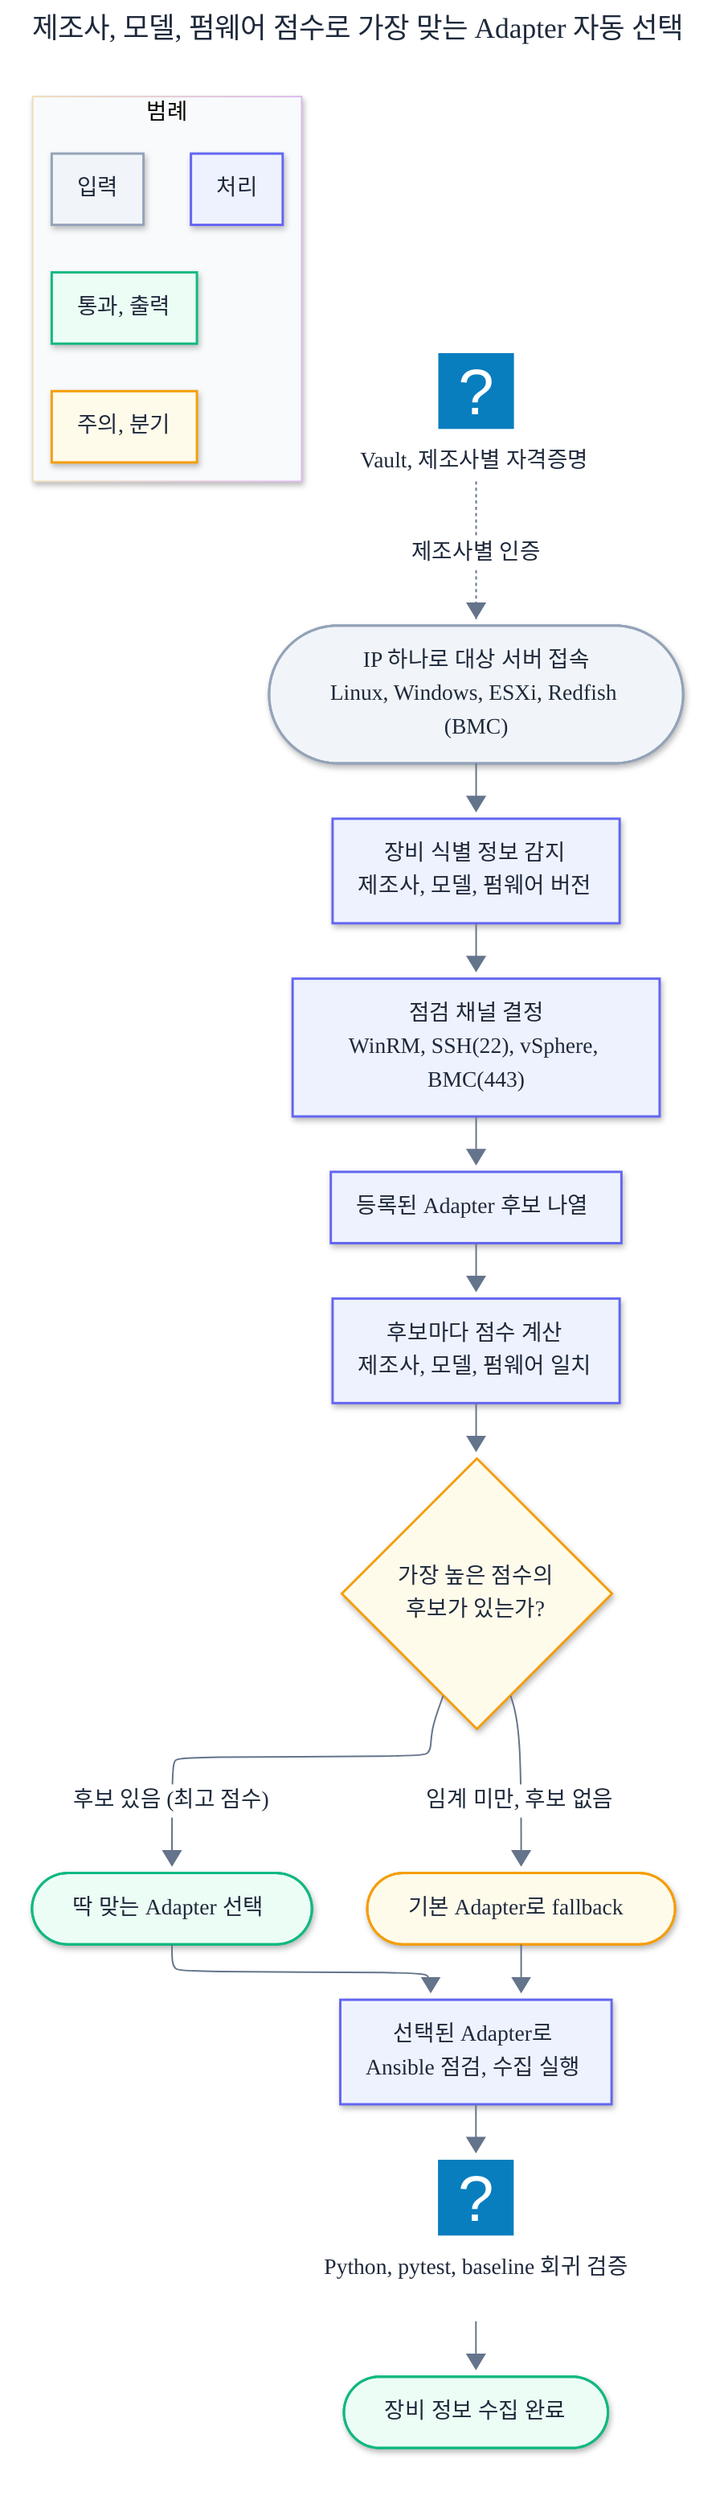
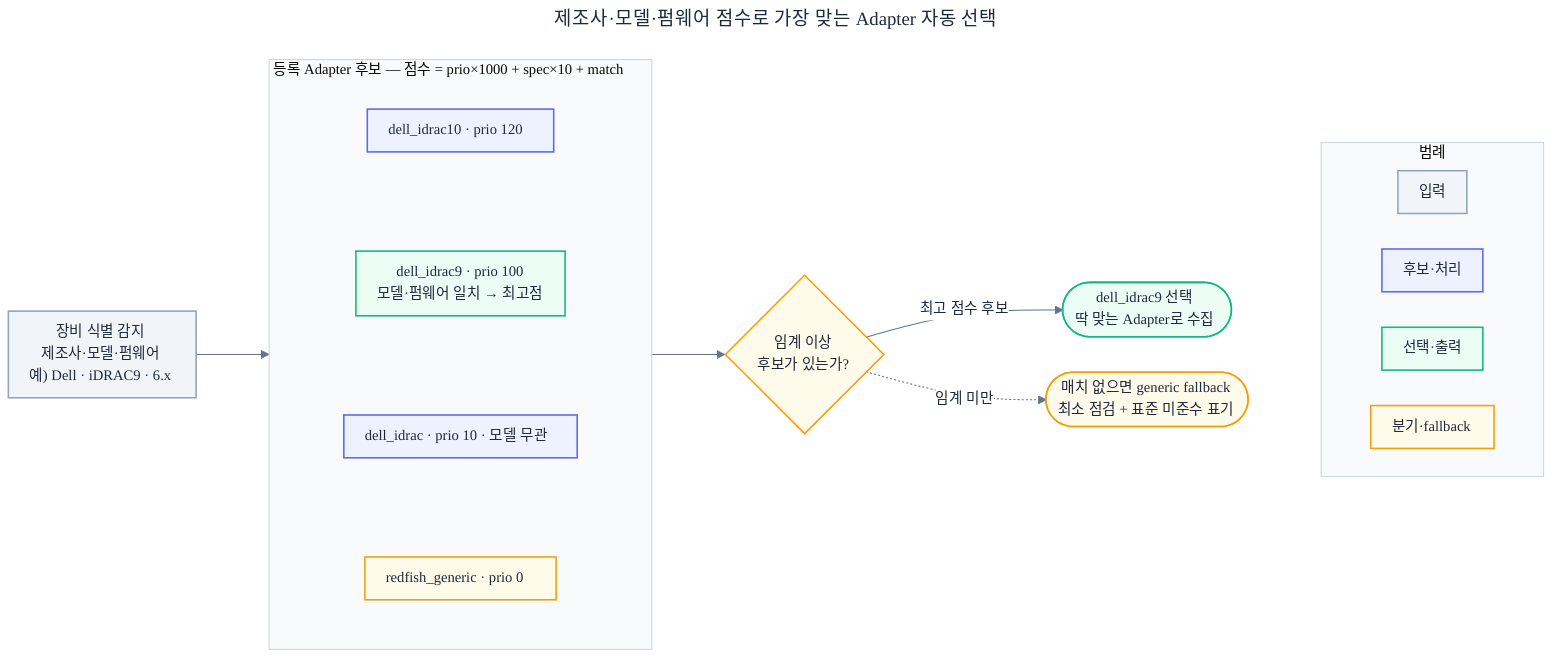
---
- title: 제조사, 모델, 펌웨어 점수로 가장 맞는 Adapter 자동 선택
+ title: 제조사·모델·펌웨어 점수로 가장 맞는 Adapter 자동 선택
config:
-   layout: elk
-   look: neo
  theme: base
  themeVariables:
    fontFamily: 'Pretendard, Malgun Gothic, Noto Sans KR, sans-serif'
    fontSize: '14px'
    primaryTextColor: '#1E293B'
    lineColor: '#64748B'
    edgeLabelBackground: '#FFFFFF'
    clusterBkg: '#F8FAFC'
    clusterBorder: '#CBD5E1'
+   flowchart:
+     nodeSpacing: 34
+     rankSpacing: 70
+     padding: 10
---
- flowchart TD
-     START(["IP 하나로 대상 서버 접속<br/>Linux, Windows, ESXi, Redfish (BMC)"]):::input
+ flowchart LR
+     DETECT["장비 식별 감지<br/>제조사·모델·펌웨어<br/>예) Dell · iDRAC9 · 6.x"]:::input

-     DETECT["장비 식별 정보 감지<br/>제조사, 모델, 펌웨어 버전"]:::proc
-     VAULT@{ icon: "logos:vault-icon", label: "Vault, 제조사별 자격증명" }
-     CHANNEL["점검 채널 결정<br/>WinRM, SSH(22), vSphere, BMC(443)"]:::proc
+     subgraph CAND["등록 Adapter 후보 — 점수 = prio×1000 + spec×10 + match"]
+       direction TB
+       C1["dell_idrac10 · prio 120"]:::proc
+       C2["dell_idrac9 · prio 100<br/>모델·펌웨어 일치 → 최고점"]:::ok
+       C3["dell_idrac · prio 10 · 모델 무관"]:::proc
+       C4["redfish_generic · prio 0"]:::warn
+       C1 ~~~ C2 ~~~ C3 ~~~ C4
+     end

-     CANDIDATES["등록된 Adapter 후보 나열"]:::proc
-     SCORE["후보마다 점수 계산<br/>제조사, 모델, 펌웨어 일치"]:::proc
-     PICK{"가장 높은 점수의<br/>후보가 있는가?"}:::warn
+     PICK{"임계 이상<br/>후보가 있는가?"}:::warn
+     BEST(["dell_idrac9 선택<br/>딱 맞는 Adapter로 수집"]):::ok
+     FB(["매치 없으면 generic fallback<br/>최소 점검 + 표준 미준수 표기"]):::warn

-     BEST(["딱 맞는 Adapter 선택"]):::ok
-     FALLBACK(["기본 Adapter로 fallback"]):::warn
- 
-     RUN["선택된 Adapter로<br/>Ansible 점검, 수집 실행"]:::proc
-     TEST@{ icon: "logos:python", label: "Python, pytest, baseline 회귀 검증" }
-     DONE(["장비 정보 수집 완료"]):::ok
- 
-     START --> DETECT
-     VAULT -. "제조사별 인증" .-> START
-     DETECT --> CHANNEL --> CANDIDATES --> SCORE --> PICK
-     PICK -- "후보 있음 (최고 점수)" --> BEST
-     PICK -- "임계 미만, 후보 없음" --> FALLBACK
-     BEST --> RUN
-     FALLBACK --> RUN
-     RUN --> TEST --> DONE
- 
-     VAULT:::proc
-     TEST:::ok
+     DETECT --> CAND --> PICK
+     PICK -- "최고 점수 후보" --> BEST
+     PICK -. "임계 미만" .-> FB

    subgraph LEGEND["범례"]
      direction LR
      LG_A["입력"]:::input
-       LG_B["처리"]:::proc
-       LG_C["통과, 출력"]:::ok
-       LG_D["주의, 분기"]:::warn
+       LG_B["후보·처리"]:::proc
+       LG_C["선택·출력"]:::ok
+       LG_D["분기·fallback"]:::warn
    end
+     BEST ~~~ LEGEND

    classDef input fill:#F1F5F9,stroke:#94A3B8,color:#1E293B,stroke-width:1.5px
    classDef proc  fill:#EEF2FF,stroke:#6366F1,color:#1E293B,stroke-width:1.5px
    classDef ok    fill:#ECFDF5,stroke:#10B981,color:#1E293B,stroke-width:1.5px
    classDef warn  fill:#FFFBEB,stroke:#F59E0B,color:#1E293B,stroke-width:1.5px
-     classDef fail  fill:#FFF1F2,stroke:#F43F5E,color:#1E293B,stroke-width:1.5px
